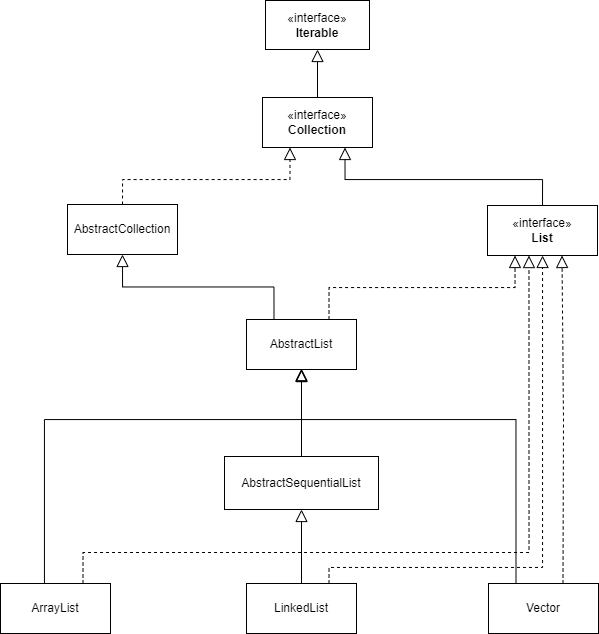
The draw.io diagram Java/Collection/Collection类图.drawio.png in wjb0823/drawio, before a commit. Source tidied: cells renumbered, new cells last; positions are measured from the earlier drawing's top-left corner, leaving out a move shared by most shapes.
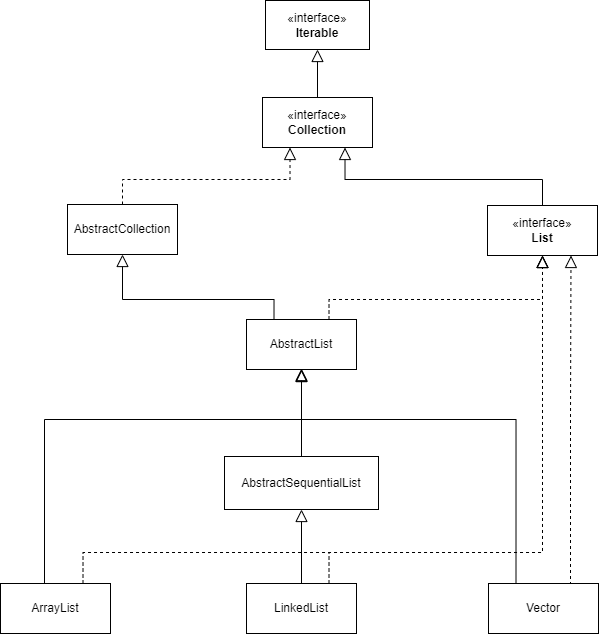
Above is the later version.

Change to the diagram source:
```diff
@@ -17,7 +17,12 @@
       <mxGeometry x="265" width="104" height="49" as="geometry" />
     </mxCell>
     <mxCell id="5" style="edgeStyle=orthogonalEdgeStyle;rounded=0;jettySize=auto;html=1;exitX=0.25;exitY=0;exitDx=0;exitDy=0;entryX=0.5;entryY=1;entryDx=0;entryDy=0;endArrow=block;endFill=0;endSize=10;" parent="1" edge="1" source="21" target="3">
-      <mxGeometry relative="1" as="geometry" />
+      <mxGeometry relative="1" as="geometry">
+        <Array as="points">
+          <mxPoint x="274" y="299" />
+          <mxPoint x="122" y="299" />
+        </Array>
+      </mxGeometry>
     </mxCell>
     <mxCell id="6" style="edgeStyle=orthogonalEdgeStyle;rounded=0;jettySize=auto;html=1;exitX=0.5;exitY=0;exitDx=0;exitDy=0;entryX=0.5;entryY=1;entryDx=0;entryDy=0;endArrow=block;endFill=0;endSize=10;" parent="1" edge="1" source="8" target="10">
       <mxGeometry relative="1" as="geometry" />
@@ -25,8 +30,8 @@
     <mxCell id="7" style="edgeStyle=orthogonalEdgeStyle;rounded=0;jettySize=auto;html=1;exitX=0.75;exitY=0;exitDx=0;exitDy=0;dashed=1;endArrow=block;endFill=0;endSize=10;" parent="1" edge="1" source="8" target="17">
       <mxGeometry relative="1" as="geometry">
         <Array as="points">
-          <mxPoint x="329" y="567" />
-          <mxPoint x="542" y="567" />
+          <mxPoint x="328" y="552" />
+          <mxPoint x="542" y="552" />
         </Array>
       </mxGeometry>
     </mxCell>
@@ -49,12 +54,16 @@
         </Array>
       </mxGeometry>
     </mxCell>
-    <mxCell id="12" style="edgeStyle=orthogonalEdgeStyle;rounded=0;orthogonalLoop=1;jettySize=auto;html=1;exitX=0.75;exitY=0;exitDx=0;exitDy=0;entryX=0.75;entryY=1;entryDx=0;entryDy=0;endArrow=block;endFill=0;endSize=10;dashed=1;" parent="1" edge="1">
-      <mxGeometry relative="1" as="geometry">
-        <mxPoint x="562.5" y="583" as="sourcePoint" />
-        <mxPoint x="561.5" y="255" as="targetPoint" />
-      </mxGeometry>
-    </mxCell>
+    <mxCell id="23" style="edgeStyle=orthogonalEdgeStyle;rounded=0;orthogonalLoop=1;jettySize=auto;html=1;exitX=0.75;exitY=0;exitDx=0;exitDy=0;entryX=0.75;entryY=1;entryDx=0;entryDy=0;dashed=1;endArrow=block;endFill=0;endSize=10;" parent="1" edge="1">
+      <mxGeometry relative="1" as="geometry">
+        <mxPoint x="571.5" y="583" as="sourcePoint" />
+        <mxPoint x="570.5" y="255" as="targetPoint" />
+        <Array as="points">
+          <mxPoint x="570" y="583" />
+          <mxPoint x="570" y="419" />
+        </Array>
+      </mxGeometry>
+    </mxCell>
     <mxCell id="13" value="Vector" style="html=1;whiteSpace=wrap;" parent="1" vertex="1">
       <mxGeometry x="488" y="583" width="110" height="50" as="geometry" />
     </mxCell>
@@ -66,6 +75,16 @@
         </Array>
       </mxGeometry>
     </mxCell>
+    <mxCell id="24" style="edgeStyle=orthogonalEdgeStyle;rounded=0;orthogonalLoop=1;jettySize=auto;html=1;exitX=0.75;exitY=0;exitDx=0;exitDy=0;entryX=0.5;entryY=1;entryDx=0;entryDy=0;dashed=1;endArrow=block;endFill=0;endSize=10;" parent="1" edge="1">
+      <mxGeometry relative="1" as="geometry">
+        <mxPoint x="82.5" y="583" as="sourcePoint" />
+        <mxPoint x="542" y="255" as="targetPoint" />
+        <Array as="points">
+          <mxPoint x="83" y="552" />
+          <mxPoint x="542" y="552" />
+        </Array>
+      </mxGeometry>
+    </mxCell>
     <mxCell id="15" value="ArrayList" style="html=1;whiteSpace=wrap;" parent="1" vertex="1">
       <mxGeometry y="583" width="110" height="50" as="geometry" />
     </mxCell>
@@ -86,19 +105,16 @@
     <mxCell id="19" value="«interface»&lt;br&gt;&lt;b&gt;Collection&lt;/b&gt;" style="html=1;whiteSpace=wrap;" parent="1" vertex="1">
       <mxGeometry x="262" y="97" width="110" height="50" as="geometry" />
     </mxCell>
-    <mxCell id="20" style="edgeStyle=orthogonalEdgeStyle;rounded=0;jettySize=auto;html=1;exitX=0.75;exitY=0;exitDx=0;exitDy=0;entryX=0.25;entryY=1;entryDx=0;entryDy=0;endSize=10;dashed=1;endArrow=block;endFill=0;" parent="1" edge="1" source="21" target="17">
-      <mxGeometry relative="1" as="geometry" />
+    <mxCell id="20" style="edgeStyle=orthogonalEdgeStyle;rounded=0;jettySize=auto;html=1;exitX=0.75;exitY=0;exitDx=0;exitDy=0;entryX=0.5;entryY=1;entryDx=0;entryDy=0;dashed=1;endSize=10;endArrow=block;endFill=0;" parent="1" edge="1" source="21" target="17">
+      <mxGeometry relative="1" as="geometry">
+        <Array as="points">
+          <mxPoint x="329" y="299" />
+          <mxPoint x="542" y="299" />
+        </Array>
+      </mxGeometry>
     </mxCell>
     <mxCell id="21" value="AbstractList" style="html=1;whiteSpace=wrap;" parent="1" vertex="1">
       <mxGeometry x="246" y="319" width="110" height="50" as="geometry" />
     </mxCell>
-    <mxCell id="22" style="edgeStyle=orthogonalEdgeStyle;rounded=0;jettySize=auto;html=1;exitX=0.75;exitY=0;exitDx=0;exitDy=0;entryX=0.377;entryY=1.001;entryDx=0;entryDy=0;entryPerimeter=0;endArrow=block;endFill=0;dashed=1;endSize=10;" parent="1" edge="1" source="15" target="17">
-      <mxGeometry relative="1" as="geometry">
-        <Array as="points">
-          <mxPoint x="83" y="552" />
-          <mxPoint x="529" y="552" />
-        </Array>
-      </mxGeometry>
-    </mxCell>
   </root>
 </mxGraphModel>
```
